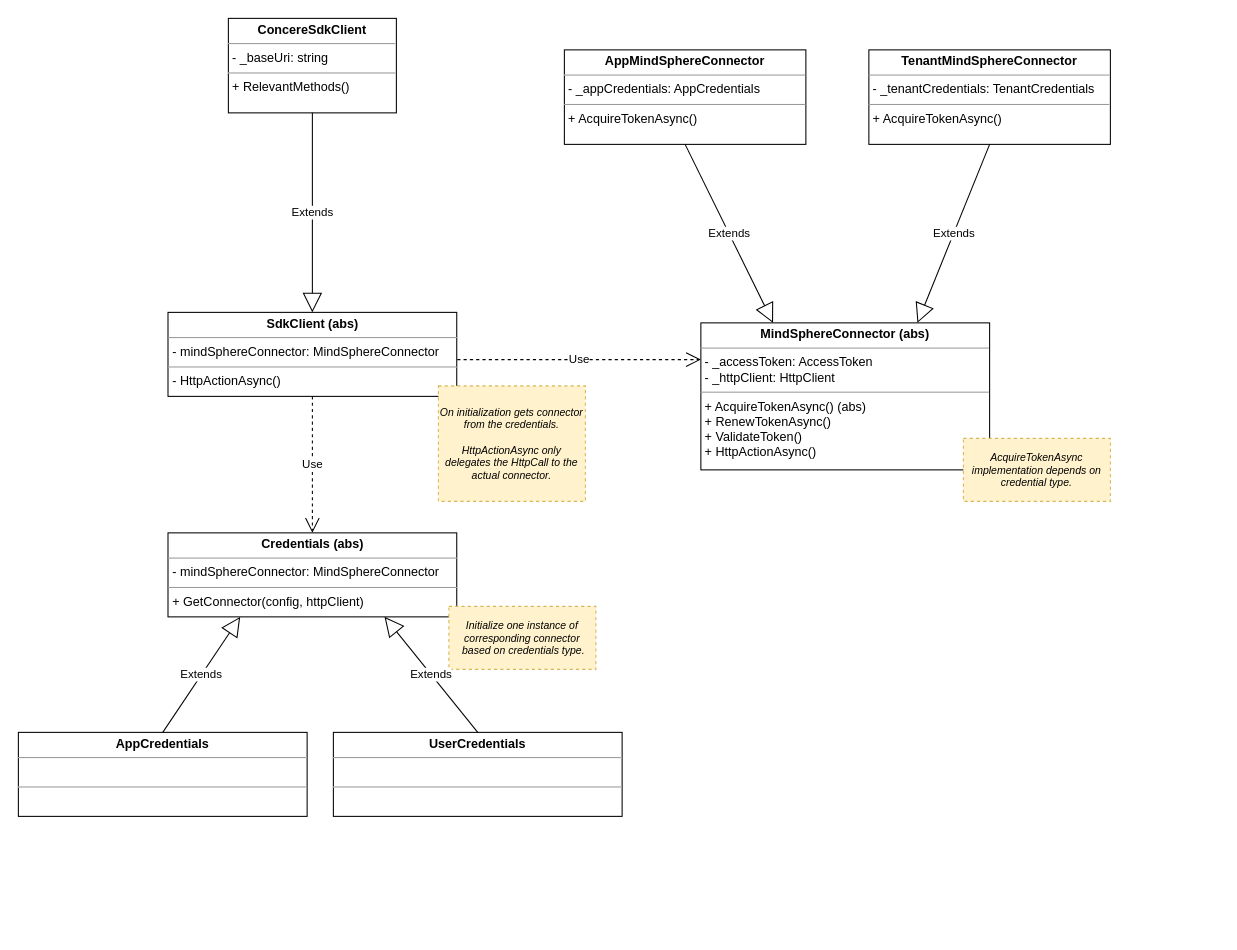
Before: mindsphere-sdk-dotnet.drawio in adamposledni/mindsphere-sdk-dotnet, a draw.io diagram. Source tidied: cells renumbered, new cells numbered last; positions are measured from the earlier drawing's top-left corner, leaving out a move shared by most shapes. Both pictures are drawn from the tidied source at 105%, with x=0, y=0 at pixel (18, 18).
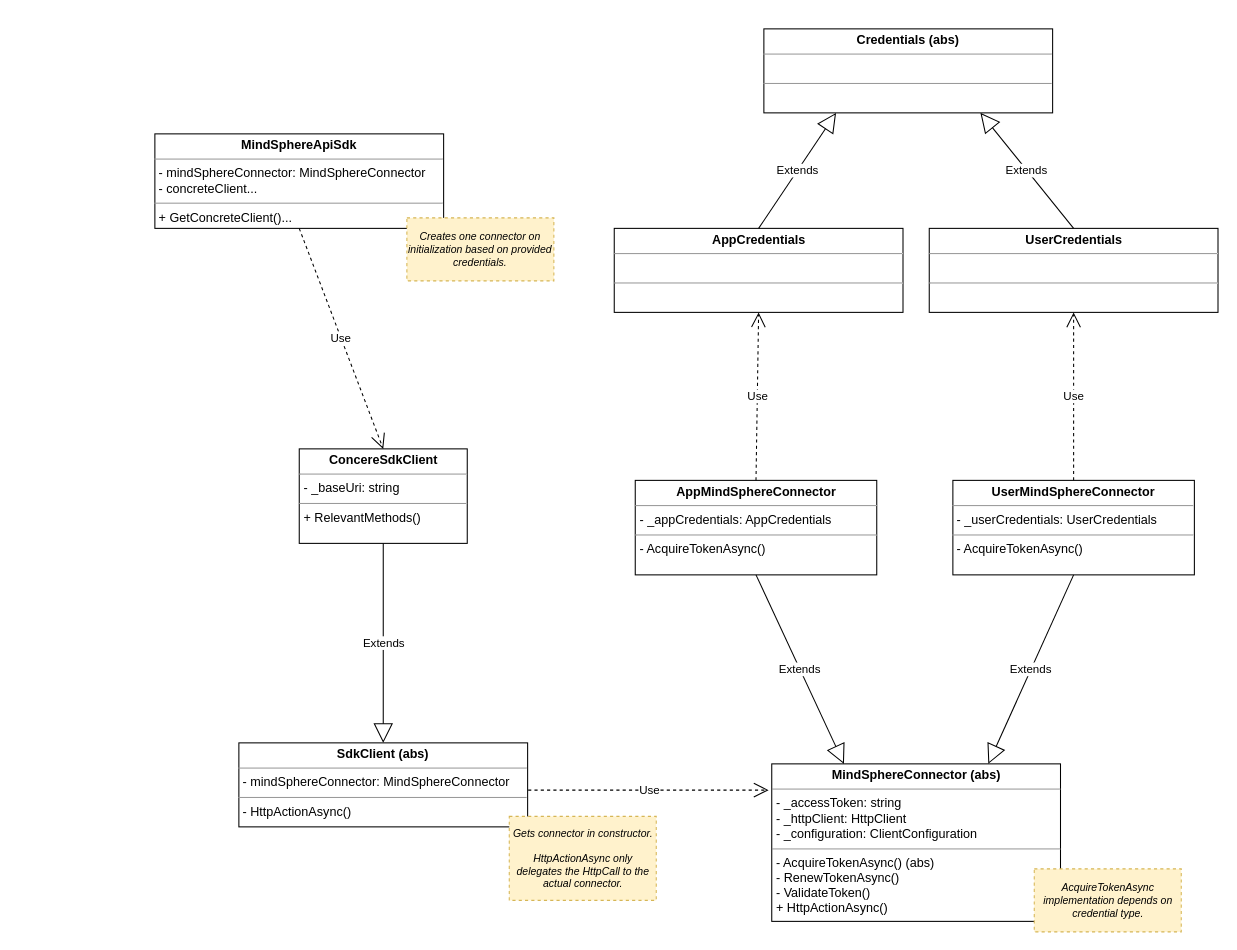
The same diagram, later.

Change to the diagram source:
```diff
@@
     <mxCell id="2" value="&lt;p style=&quot;margin: 0px ; margin-top: 4px ; text-align: center&quot;&gt;&lt;b&gt;ConcereSdkClient&lt;/b&gt;&lt;/p&gt;&lt;hr size=&quot;1&quot;&gt;&lt;p style=&quot;margin: 0px ; margin-left: 4px&quot;&gt;- _baseUri: string&lt;/p&gt;&lt;hr size=&quot;1&quot;&gt;&lt;p style=&quot;margin: 0px ; margin-left: 4px&quot;&gt;+ RelevantMethods()&lt;/p&gt;" style="verticalAlign=top;align=left;overflow=fill;fontSize=12;fontFamily=Helvetica;html=1;" parent="1" vertex="1">
-      <mxGeometry x="200" width="160" height="90" as="geometry" />
+      <mxGeometry x="267.5" y="410" width="160" height="90" as="geometry" />
     </mxCell>
@@
     <mxCell id="4" value="&lt;p style=&quot;margin: 0px ; margin-top: 4px ; text-align: center&quot;&gt;&lt;b&gt;SdkClient (abs)&lt;/b&gt;&lt;/p&gt;&lt;hr size=&quot;1&quot;&gt;&lt;p style=&quot;margin: 0px ; margin-left: 4px&quot;&gt;- mindSphereConnector: MindSphereConnector&lt;/p&gt;&lt;hr size=&quot;1&quot;&gt;&lt;p style=&quot;margin: 0px ; margin-left: 4px&quot;&gt;&lt;span&gt;- HttpActionAsync()&lt;/span&gt;&lt;br&gt;&lt;/p&gt;" style="verticalAlign=top;align=left;overflow=fill;fontSize=12;fontFamily=Helvetica;html=1;" parent="1" vertex="1">
-      <mxGeometry x="142.5" y="280" width="275" height="80" as="geometry" />
+      <mxGeometry x="210" y="690" width="275" height="80" as="geometry" />
     </mxCell>
-    <mxCell id="5" value="Use" style="endArrow=open;endSize=12;dashed=1;html=1;entryX=0;entryY=0.25;entryDx=0;entryDy=0;" parent="1" edge="1" target="6">
+    <mxCell id="5" value="Use" style="endArrow=open;endSize=12;dashed=1;html=1;" parent="1" edge="1">
       <mxGeometry relative="1" as="geometry">
-        <mxPoint x="418" y="325" as="sourcePoint" />
+        <mxPoint x="485.5" y="735" as="sourcePoint" />
+        <mxPoint x="714.5" y="735" as="targetPoint" />
       </mxGeometry>
     </mxCell>
-    <mxCell id="6" value="&lt;p style=&quot;margin: 0px ; margin-top: 4px ; text-align: center&quot;&gt;&lt;b&gt;MindSphereConnector (abs)&lt;/b&gt;&lt;/p&gt;&lt;hr size=&quot;1&quot;&gt;&lt;p style=&quot;margin: 0px 0px 0px 4px&quot;&gt;- _accessToken: AccessToken&lt;/p&gt;&lt;p style=&quot;margin: 0px 0px 0px 4px&quot;&gt;- _httpClient: HttpClient&lt;/p&gt;&lt;hr size=&quot;1&quot;&gt;&lt;p style=&quot;margin: 0px 0px 0px 4px&quot;&gt;+ AcquireTokenAsync() (abs)&amp;nbsp;&lt;/p&gt;&lt;p style=&quot;margin: 0px 0px 0px 4px&quot;&gt;+ RenewTokenAsync()&lt;/p&gt;&lt;p style=&quot;margin: 0px 0px 0px 4px&quot;&gt;+ ValidateToken()&lt;/p&gt;&lt;p style=&quot;margin: 0px 0px 0px 4px&quot;&gt;+ HttpActionAsync()&lt;/p&gt;" style="verticalAlign=top;align=left;overflow=fill;fontSize=12;fontFamily=Helvetica;html=1;" parent="1" vertex="1">
-      <mxGeometry x="650" y="290" width="275" height="140" as="geometry" />
+    <mxCell id="6" value="&lt;p style=&quot;margin: 0px ; margin-top: 4px ; text-align: center&quot;&gt;&lt;b&gt;MindSphereConnector (abs)&lt;/b&gt;&lt;/p&gt;&lt;hr size=&quot;1&quot;&gt;&lt;p style=&quot;margin: 0px 0px 0px 4px&quot;&gt;- _accessToken: string&lt;/p&gt;&lt;p style=&quot;margin: 0px 0px 0px 4px&quot;&gt;- _httpClient: HttpClient&lt;/p&gt;&lt;p style=&quot;margin: 0px 0px 0px 4px&quot;&gt;- _configuration: ClientConfiguration&lt;/p&gt;&lt;hr size=&quot;1&quot;&gt;&lt;p style=&quot;margin: 0px 0px 0px 4px&quot;&gt;- AcquireTokenAsync() (abs)&amp;nbsp;&lt;/p&gt;&lt;p style=&quot;margin: 0px 0px 0px 4px&quot;&gt;- RenewTokenAsync()&lt;/p&gt;&lt;p style=&quot;margin: 0px 0px 0px 4px&quot;&gt;- ValidateToken()&lt;/p&gt;&lt;p style=&quot;margin: 0px 0px 0px 4px&quot;&gt;+ HttpActionAsync()&lt;/p&gt;" style="verticalAlign=top;align=left;overflow=fill;fontSize=12;fontFamily=Helvetica;html=1;" parent="1" vertex="1">
+      <mxGeometry x="717.5" y="710" width="275" height="150" as="geometry" />
     </mxCell>
-    <mxCell id="7" value="&lt;p style=&quot;margin: 0px ; margin-top: 4px ; text-align: center&quot;&gt;&lt;b&gt;AppMindSphereConnector&lt;/b&gt;&lt;br&gt;&lt;/p&gt;&lt;hr size=&quot;1&quot;&gt;&lt;p style=&quot;margin: 0px ; margin-left: 4px&quot;&gt;- _appCredentials: AppCredentials&lt;/p&gt;&lt;hr size=&quot;1&quot;&gt;&lt;p style=&quot;margin: 0px ; margin-left: 4px&quot;&gt;+ AcquireTokenAsync()&lt;/p&gt;" style="verticalAlign=top;align=left;overflow=fill;fontSize=12;fontFamily=Helvetica;html=1;" parent="1" vertex="1">
-      <mxGeometry x="520" y="30" width="230" height="90" as="geometry" />
+    <mxCell id="7" value="&lt;p style=&quot;margin: 0px ; margin-top: 4px ; text-align: center&quot;&gt;&lt;b&gt;AppMindSphereConnector&lt;/b&gt;&lt;br&gt;&lt;/p&gt;&lt;hr size=&quot;1&quot;&gt;&lt;p style=&quot;margin: 0px ; margin-left: 4px&quot;&gt;- _appCredentials: AppCredentials&lt;/p&gt;&lt;hr size=&quot;1&quot;&gt;&lt;p style=&quot;margin: 0px ; margin-left: 4px&quot;&gt;- AcquireTokenAsync()&lt;/p&gt;" style="verticalAlign=top;align=left;overflow=fill;fontSize=12;fontFamily=Helvetica;html=1;" parent="1" vertex="1">
+      <mxGeometry x="587.5" y="440" width="230" height="90" as="geometry" />
     </mxCell>
@@
-    <mxCell id="9" value="&lt;p style=&quot;margin: 0px ; margin-top: 4px ; text-align: center&quot;&gt;&lt;b&gt;TenantMindSphereConnector&lt;/b&gt;&lt;br&gt;&lt;/p&gt;&lt;hr size=&quot;1&quot;&gt;&lt;p style=&quot;margin: 0px ; margin-left: 4px&quot;&gt;- _tenant&lt;span&gt;Credentials: TenantCredentials&lt;/span&gt;&lt;/p&gt;&lt;hr size=&quot;1&quot;&gt;&lt;p style=&quot;margin: 0px ; margin-left: 4px&quot;&gt;+ AcquireTokenAsync()&lt;/p&gt;" style="verticalAlign=top;align=left;overflow=fill;fontSize=12;fontFamily=Helvetica;html=1;" parent="1" vertex="1">
-      <mxGeometry x="810" y="30" width="230" height="90" as="geometry" />
+    <mxCell id="9" value="&lt;p style=&quot;margin: 0px ; margin-top: 4px ; text-align: center&quot;&gt;&lt;b&gt;UserMindSphereConnector&lt;/b&gt;&lt;br&gt;&lt;/p&gt;&lt;hr size=&quot;1&quot;&gt;&lt;p style=&quot;margin: 0px ; margin-left: 4px&quot;&gt;- _user&lt;span&gt;Credentials: UserCredentials&lt;/span&gt;&lt;/p&gt;&lt;hr size=&quot;1&quot;&gt;&lt;p style=&quot;margin: 0px ; margin-left: 4px&quot;&gt;- AcquireTokenAsync()&lt;/p&gt;" style="verticalAlign=top;align=left;overflow=fill;fontSize=12;fontFamily=Helvetica;html=1;" parent="1" vertex="1">
+      <mxGeometry x="890" y="440" width="230" height="90" as="geometry" />
     </mxCell>
@@
     <mxCell id="11" value="AcquireTokenAsync implementation depends on credential type." style="rounded=0;whiteSpace=wrap;html=1;fontSize=10;dashed=1;fontStyle=2;fillColor=#fff2cc;strokeColor=#d6b656;" parent="1" vertex="1">
-      <mxGeometry x="900" y="400" width="140" height="60" as="geometry" />
+      <mxGeometry x="967.5" y="810" width="140" height="60" as="geometry" />
     </mxCell>
-    <mxCell id="12" value="&lt;span&gt;On initialization gets connector from the credentials.&lt;br&gt;&lt;br&gt;HttpActionAsync only delegates the HttpCall to the actual connector.&lt;br&gt;&lt;/span&gt;" style="rounded=0;whiteSpace=wrap;html=1;fontSize=10;dashed=1;fontStyle=2;fillColor=#fff2cc;labelPosition=center;verticalLabelPosition=middle;align=center;verticalAlign=middle;strokeColor=#d6b656;" parent="1" vertex="1">
-      <mxGeometry x="400" y="350" width="140" height="110" as="geometry" />
+    <mxCell id="12" value="&lt;span&gt;Gets connector in constructor.&lt;br&gt;&lt;br&gt;HttpActionAsync only delegates the HttpCall to the actual connector.&lt;br&gt;&lt;/span&gt;" style="rounded=0;whiteSpace=wrap;html=1;fontSize=10;dashed=1;fontStyle=2;fillColor=#fff2cc;labelPosition=center;verticalLabelPosition=middle;align=center;verticalAlign=middle;strokeColor=#d6b656;" parent="1" vertex="1">
+      <mxGeometry x="467.5" y="760" width="140" height="80" as="geometry" />
     </mxCell>
-    <mxCell id="13" value="&lt;p style=&quot;margin: 0px ; margin-top: 4px ; text-align: center&quot;&gt;&lt;b&gt;Credentials (abs)&lt;/b&gt;&lt;/p&gt;&lt;hr size=&quot;1&quot;&gt;&lt;p style=&quot;margin: 0px ; margin-left: 4px&quot;&gt;- mindSphereConnector: MindSphereConnector&lt;/p&gt;&lt;hr size=&quot;1&quot;&gt;&lt;p style=&quot;margin: 0px ; margin-left: 4px&quot;&gt;+ GetConnector(config, httpClient)&lt;/p&gt;" style="verticalAlign=top;align=left;overflow=fill;fontSize=12;fontFamily=Helvetica;html=1;" parent="1" vertex="1">
-      <mxGeometry x="142.5" y="490" width="275" height="80" as="geometry" />
+    <mxCell id="13" value="&lt;p style=&quot;margin: 0px ; margin-top: 4px ; text-align: center&quot;&gt;&lt;b&gt;Credentials (abs)&lt;/b&gt;&lt;/p&gt;&lt;hr size=&quot;1&quot;&gt;&lt;p style=&quot;margin: 0px ; margin-left: 4px&quot;&gt;&lt;br&gt;&lt;/p&gt;&lt;hr size=&quot;1&quot;&gt;&lt;p style=&quot;margin: 0px ; margin-left: 4px&quot;&gt;&lt;br&gt;&lt;/p&gt;" style="verticalAlign=top;align=left;overflow=fill;fontSize=12;fontFamily=Helvetica;html=1;" parent="1" vertex="1">
+      <mxGeometry x="710" y="10" width="275" height="80" as="geometry" />
     </mxCell>
-    <mxCell id="14" value="Use" style="endArrow=open;endSize=12;dashed=1;html=1;exitX=0.5;exitY=1;exitDx=0;exitDy=0;entryX=0.5;entryY=0;entryDx=0;entryDy=0;" parent="1" edge="1" source="4" target="13">
-      <mxGeometry relative="1" as="geometry" />
-    </mxCell>
-    <mxCell id="15" value="Initialize one instance of corresponding connector&lt;br&gt;&amp;nbsp;based on credentials type." style="rounded=0;whiteSpace=wrap;html=1;fontSize=10;dashed=1;fontStyle=2;fillColor=#fff2cc;strokeColor=#d6b656;" parent="1" vertex="1">
-      <mxGeometry x="410" y="560" width="140" height="60" as="geometry" />
-    </mxCell>
     <mxCell id="16" value="&lt;p style=&quot;margin: 0px ; margin-top: 4px ; text-align: center&quot;&gt;&lt;b&gt;AppCredentials&lt;/b&gt;&lt;/p&gt;&lt;hr size=&quot;1&quot;&gt;&lt;p style=&quot;margin: 0px ; margin-left: 4px&quot;&gt;&lt;br&gt;&lt;/p&gt;&lt;hr size=&quot;1&quot;&gt;&lt;p style=&quot;margin: 0px ; margin-left: 4px&quot;&gt;&lt;br&gt;&lt;/p&gt;" style="verticalAlign=top;align=left;overflow=fill;fontSize=12;fontFamily=Helvetica;html=1;" parent="1" vertex="1">
-      <mxGeometry y="680" width="275" height="80" as="geometry" />
+      <mxGeometry x="567.5" y="200" width="275" height="80" as="geometry" />
     </mxCell>
     <mxCell id="17" value="&lt;p style=&quot;margin: 0px ; margin-top: 4px ; text-align: center&quot;&gt;&lt;b&gt;UserCredentials&lt;/b&gt;&lt;/p&gt;&lt;hr size=&quot;1&quot;&gt;&lt;p style=&quot;margin: 0px ; margin-left: 4px&quot;&gt;&lt;br&gt;&lt;/p&gt;&lt;hr size=&quot;1&quot;&gt;&lt;p style=&quot;margin: 0px ; margin-left: 4px&quot;&gt;&lt;br&gt;&lt;/p&gt;" style="verticalAlign=top;align=left;overflow=fill;fontSize=12;fontFamily=Helvetica;html=1;" parent="1" vertex="1">
-      <mxGeometry x="300" y="680" width="275" height="80" as="geometry" />
+      <mxGeometry x="867.5" y="200" width="275" height="80" as="geometry" />
     </mxCell>
@@
+    <mxCell id="20" value="Use" style="endArrow=open;endSize=12;dashed=1;html=1;exitX=0.5;exitY=0;exitDx=0;exitDy=0;entryX=0.5;entryY=1;entryDx=0;entryDy=0;" parent="1" edge="1" source="7" target="16">
+      <mxGeometry relative="1" as="geometry" />
+    </mxCell>
+    <mxCell id="21" value="Use" style="endArrow=open;endSize=12;dashed=1;html=1;exitX=0.5;exitY=0;exitDx=0;exitDy=0;entryX=0.5;entryY=1;entryDx=0;entryDy=0;" parent="1" edge="1" source="9" target="17">
+      <mxGeometry relative="1" as="geometry" />
+    </mxCell>
+    <mxCell id="22" value="&lt;p style=&quot;margin: 0px ; margin-top: 4px ; text-align: center&quot;&gt;&lt;b&gt;MindSphereApiSdk&lt;/b&gt;&lt;br&gt;&lt;/p&gt;&lt;hr size=&quot;1&quot;&gt;&lt;p style=&quot;margin: 0px ; margin-left: 4px&quot;&gt;- mindSphereConnector: MindSphereConnector&lt;/p&gt;&lt;p style=&quot;margin: 0px ; margin-left: 4px&quot;&gt;- concreteClient...&lt;/p&gt;&lt;hr size=&quot;1&quot;&gt;&lt;p style=&quot;margin: 0px ; margin-left: 4px&quot;&gt;&lt;span&gt;+ GetConcreteClient()...&lt;/span&gt;&lt;br&gt;&lt;/p&gt;" style="verticalAlign=top;align=left;overflow=fill;fontSize=12;fontFamily=Helvetica;html=1;" parent="1" vertex="1">
+      <mxGeometry x="130" y="110" width="275" height="90" as="geometry" />
+    </mxCell>
+    <mxCell id="23" value="&lt;span&gt;Creates one connector on initialization based on provided credentials.&lt;br&gt;&lt;/span&gt;" style="rounded=0;whiteSpace=wrap;html=1;fontSize=10;dashed=1;fontStyle=2;fillColor=#fff2cc;labelPosition=center;verticalLabelPosition=middle;align=center;verticalAlign=middle;strokeColor=#d6b656;" parent="1" vertex="1">
+      <mxGeometry x="370" y="190" width="140" height="60" as="geometry" />
+    </mxCell>
+    <mxCell id="14" value="Use" style="endArrow=open;endSize=12;dashed=1;html=1;exitX=0.5;exitY=1;exitDx=0;exitDy=0;entryX=0.5;entryY=0;entryDx=0;entryDy=0;" parent="1" edge="1" source="22" target="2">
+      <mxGeometry relative="1" as="geometry" />
+    </mxCell>
```
